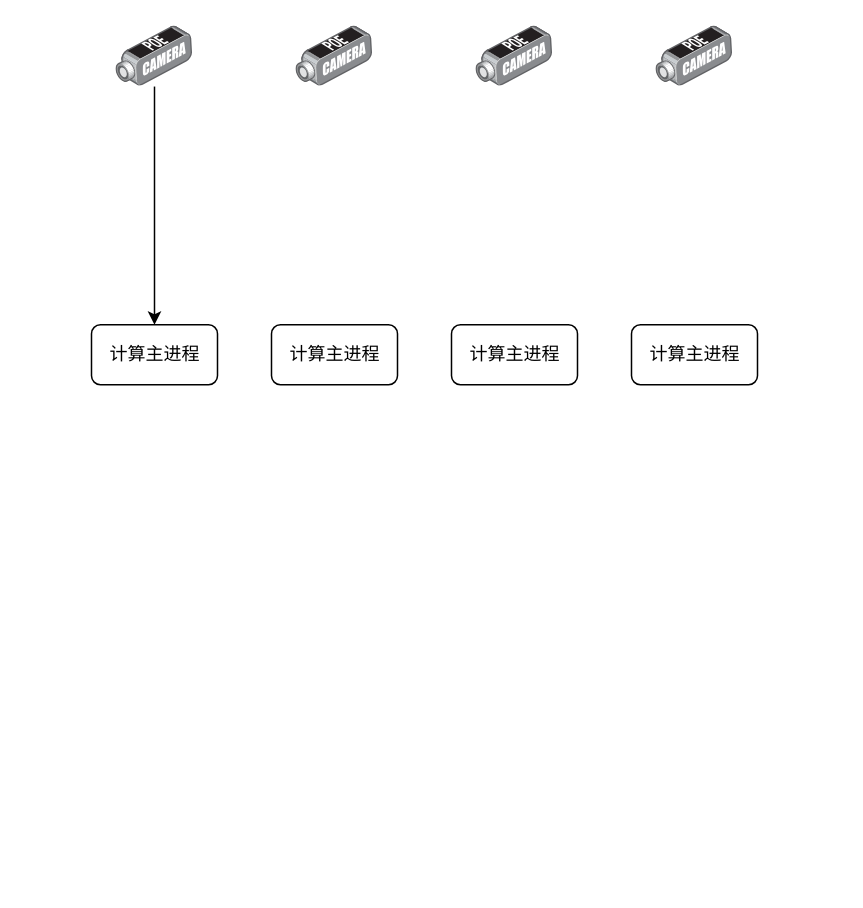
The draw.io diagram 智能计算框架.drawio in wstygk/srs, before the edit. Source tidied: cells renumbered, new cells numbered last; positions are measured from the earlier drawing's top-left corner, leaving out a move shared by most shapes. Both pictures are drawn from the tidied source at 150%, with x=0, y=0 at pixel (92, 26).
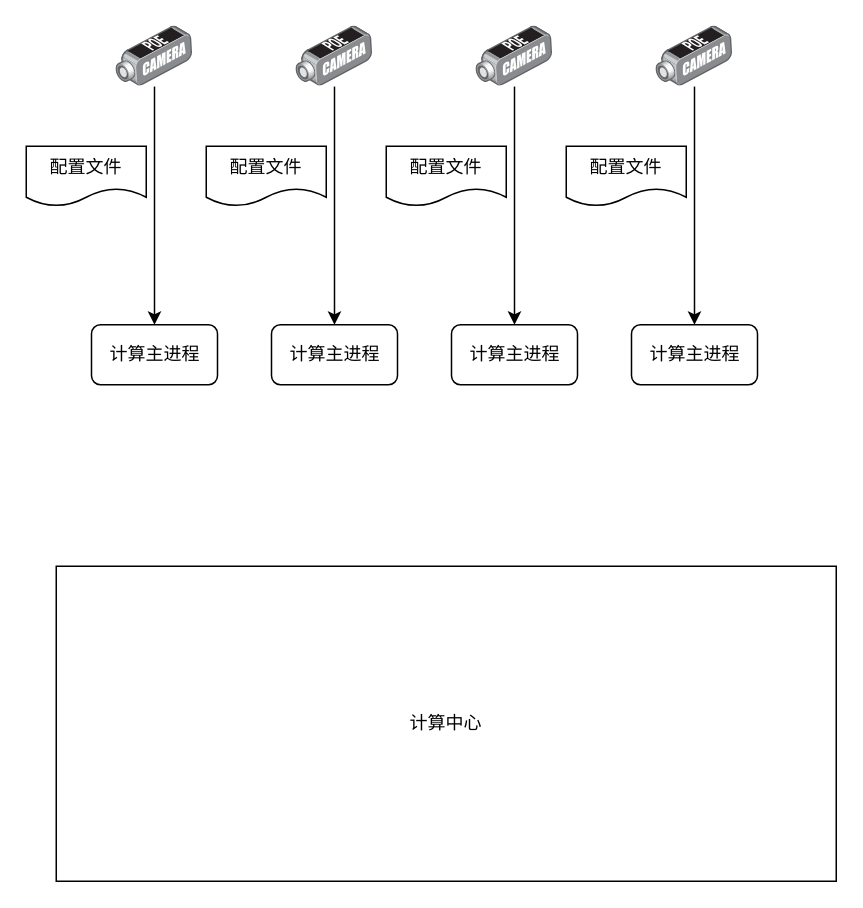
Above is the later version.

Commit message (it also covers changes not shown here):
Update 智能计算框架.drawio

What changed in the source:
```diff
@@
 <mxGraphModel>
   <root>
     <mxCell id="0" />
     <mxCell id="1" parent="0" />
     <mxCell id="2" style="points=[];html=1;align=center;shadow=0;dashed=0;image;image=img/lib/allied_telesis/security/POE_DVS_Camera.svg;" parent="1" vertex="1">
       <mxGeometry x="16" width="51" height="40.2" as="geometry" />
     </mxCell>
     <mxCell id="3" style="points=[];html=1;align=center;shadow=0;dashed=0;image;image=img/lib/allied_telesis/security/POE_DVS_Camera.svg;" parent="1" vertex="1">
       <mxGeometry x="136" width="51" height="40.2" as="geometry" />
     </mxCell>
     <mxCell id="4" style="points=[];html=1;align=center;shadow=0;dashed=0;image;image=img/lib/allied_telesis/security/POE_DVS_Camera.svg;" parent="1" vertex="1">
       <mxGeometry x="256" width="51" height="40.2" as="geometry" />
     </mxCell>
     <mxCell id="5" style="points=[];html=1;align=center;shadow=0;dashed=0;image;image=img/lib/allied_telesis/security/POE_DVS_Camera.svg;" parent="1" vertex="1">
       <mxGeometry x="376" width="51" height="40.2" as="geometry" />
     </mxCell>
     <mxCell id="6" value="计算主进程" style="rounded=1;whiteSpace=wrap;html=1;" parent="1" vertex="1">
       <mxGeometry x="-0.5" y="199" width="84" height="40" as="geometry" />
     </mxCell>
     <mxCell id="7" value="&lt;span&gt;计算主进程&lt;/span&gt;" style="rounded=1;whiteSpace=wrap;html=1;" parent="1" vertex="1">
       <mxGeometry x="119.5" y="199" width="84" height="40" as="geometry" />
     </mxCell>
     <mxCell id="8" value="&lt;span&gt;计算主进程&lt;/span&gt;" style="rounded=1;whiteSpace=wrap;html=1;" parent="1" vertex="1">
       <mxGeometry x="239.5" y="199" width="84" height="40" as="geometry" />
     </mxCell>
     <mxCell id="9" value="&lt;span&gt;计算主进程&lt;/span&gt;" style="rounded=1;whiteSpace=wrap;html=1;" parent="1" vertex="1">
       <mxGeometry x="359.5" y="199" width="84" height="40" as="geometry" />
     </mxCell>
     <mxCell id="10" style="endArrow=classic;html=1;entryX=0.5;entryY=0;entryDx=0;entryDy=0;" parent="1" edge="1" source="2" target="6">
       <mxGeometry relative="1" as="geometry" />
     </mxCell>
+    <mxCell id="11" style="endArrow=classic;html=1;entryX=0.5;entryY=0;entryDx=0;entryDy=0;" parent="1" edge="1" source="3" target="7">
+      <mxGeometry relative="1" as="geometry" />
+    </mxCell>
+    <mxCell id="12" style="endArrow=classic;html=1;entryX=0.5;entryY=0;entryDx=0;entryDy=0;" parent="1" edge="1" source="4" target="8">
+      <mxGeometry relative="1" as="geometry" />
+    </mxCell>
+    <mxCell id="13" style="endArrow=classic;html=1;entryX=0.5;entryY=0;entryDx=0;entryDy=0;" parent="1" edge="1" source="5" target="9">
+      <mxGeometry relative="1" as="geometry" />
+    </mxCell>
+    <mxCell id="14" value="配置文件" style="shape=document;whiteSpace=wrap;html=1;boundedLbl=1;" parent="1" vertex="1">
+      <mxGeometry x="-44" y="80" width="80" height="40" as="geometry" />
+    </mxCell>
+    <mxCell id="15" value="配置文件" style="shape=document;whiteSpace=wrap;html=1;boundedLbl=1;" parent="1" vertex="1">
+      <mxGeometry x="76" y="80" width="80" height="40" as="geometry" />
+    </mxCell>
+    <mxCell id="16" value="配置文件" style="shape=document;whiteSpace=wrap;html=1;boundedLbl=1;" parent="1" vertex="1">
+      <mxGeometry x="196" y="80" width="80" height="40" as="geometry" />
+    </mxCell>
+    <mxCell id="17" value="配置文件" style="shape=document;whiteSpace=wrap;html=1;boundedLbl=1;" parent="1" vertex="1">
+      <mxGeometry x="316" y="80" width="80" height="40" as="geometry" />
+    </mxCell>
+    <mxCell id="18" value="计算中心" style="rounded=0;whiteSpace=wrap;html=1;" parent="1" vertex="1">
+      <mxGeometry x="-24" y="360" width="520" height="210" as="geometry" />
+    </mxCell>
   </root>
 </mxGraphModel>
```
